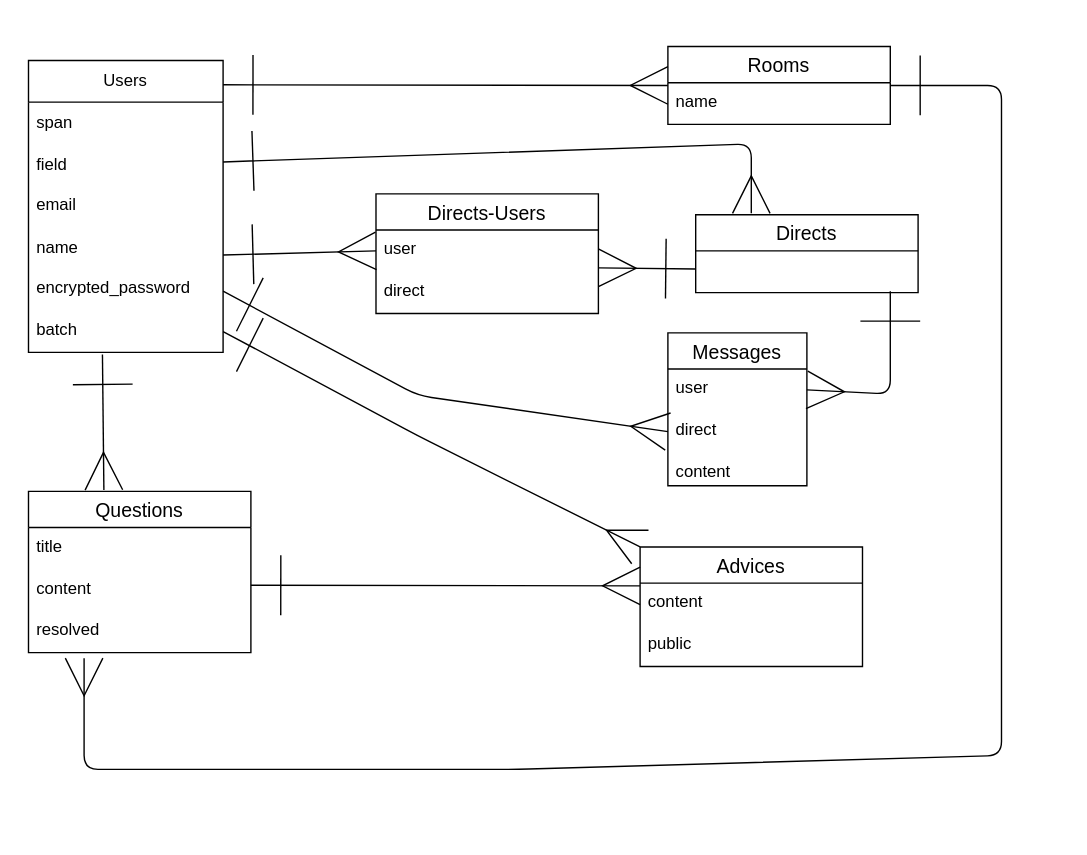
Before: ER図.dio in joypolice51/ITadvice, a draw.io diagram. Source tidied: cells renumbered, new cells numbered last; positions are measured from the earlier drawing's top-left corner, leaving out a move shared by most shapes. Both pictures are drawn from the tidied source at 139%, with x=0, y=0 at pixel (28, 46).
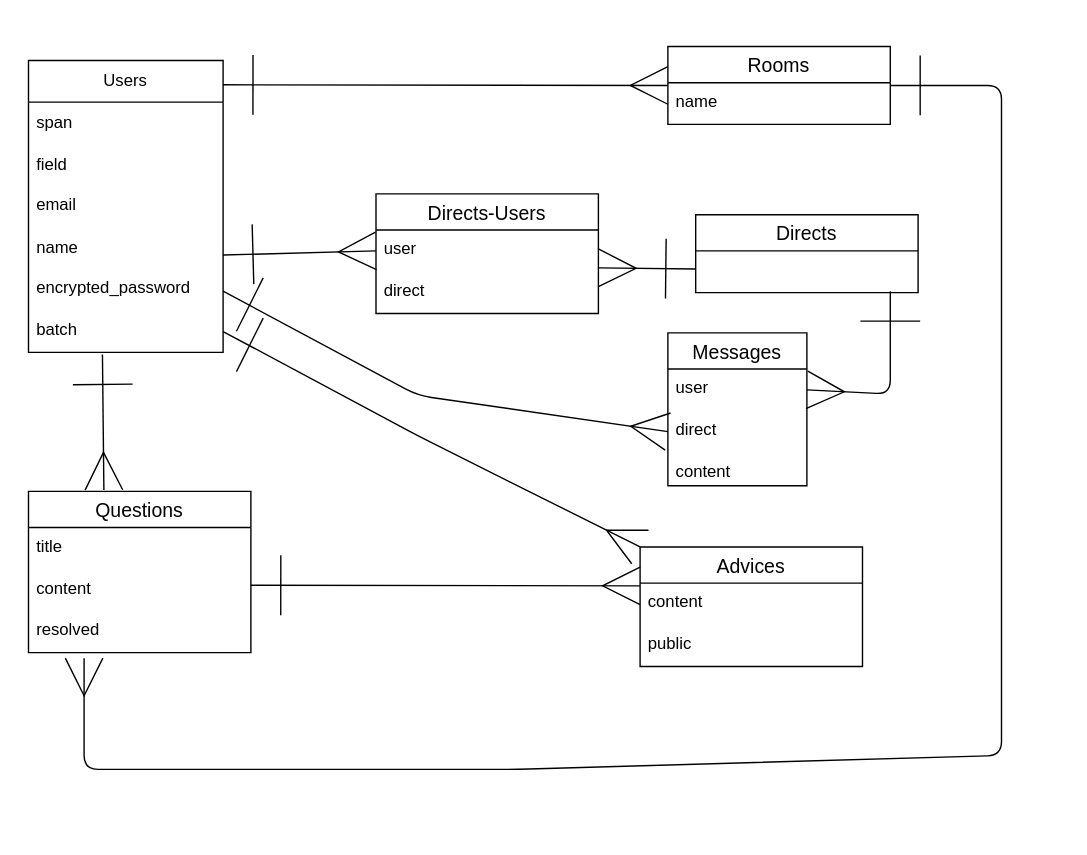
The same page after the edit.

What changed in the source:
```diff
@@
-    <mxCell id="35" style="edgeStyle=none;jumpStyle=line;jumpSize=6;html=1;exitX=1;exitY=0.5;exitDx=0;exitDy=0;strokeWidth=1;startArrow=ERone;startFill=0;endArrow=ERmany;endFill=0;startSize=41;endSize=25;sourcePerimeterSpacing=11;targetPerimeterSpacing=13;" parent="1" edge="1">
-      <mxGeometry relative="1" as="geometry">
-        <mxPoint x="140" y="83" as="sourcePoint" />
-        <mxPoint x="520" y="120" as="targetPoint" />
-        <Array as="points">
-          <mxPoint x="520" y="70" />
-        </Array>
-      </mxGeometry>
-    </mxCell>
```
